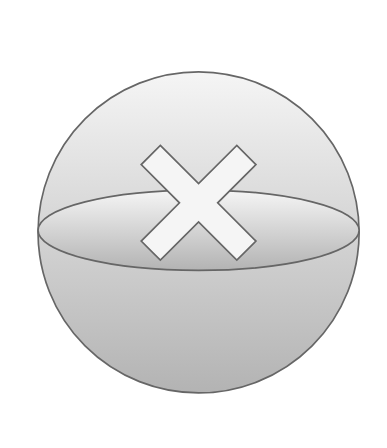
Above: page "silver" (3 of 18) of doc/splat-capsule.drawio in hiyoko3/splat-capsule-simulator (draw.io), before the change. Source tidied: cells renumbered, new cells numbered last; positions are measured from the earlier drawing's top-left corner, leaving out a move shared by most shapes. Both pictures are drawn from the tidied source at 169%, with x=0, y=0 at pixel (37, 71).
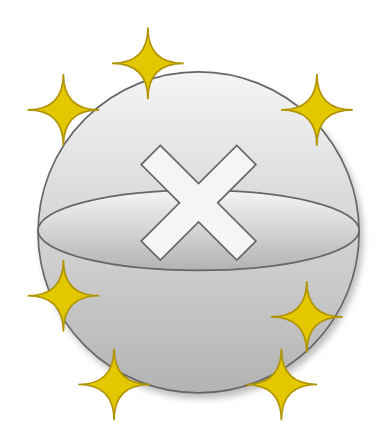
The same page after the edit.

What changed in the source:
```diff
@@
 <mxGraphModel>
   <root>
     <mxCell id="0" />
     <mxCell id="1" parent="0" />
     <mxCell id="2" style="group;" parent="1" vertex="1">
       <mxGeometry width="190" height="190" as="geometry" />
     </mxCell>
-    <mxCell id="3" style="ellipse;whiteSpace=wrap;html=1;fillColor=#f5f5f5;strokeColor=#666666;gradientColor=#b3b3b3;" parent="2" vertex="1">
+    <mxCell id="3" style="ellipse;whiteSpace=wrap;html=1;fillColor=#f5f5f5;strokeColor=#666666;gradientColor=#b3b3b3;shadow=1;" parent="2" vertex="1">
       <mxGeometry width="190" height="190" as="geometry" />
     </mxCell>
     <mxCell id="4" style="ellipse;whiteSpace=wrap;html=1;fillColor=#f5f5f5;strokeColor=#666666;gradientColor=#b3b3b3;" parent="2" vertex="1">
       <mxGeometry y="70" width="190" height="47.5" as="geometry" />
     </mxCell>
     <mxCell id="5" style="shape=cross;whiteSpace=wrap;html=1;rotation=45;fillColor=#f5f5f5;strokeColor=#666666;fontColor=#333333;" parent="2" vertex="1">
       <mxGeometry x="55" y="37.5" width="80" height="80" as="geometry" />
     </mxCell>
+    <mxCell id="6" style="shape=switch;whiteSpace=wrap;html=1;rotation=-45;fillColor=#e3c800;strokeColor=#B09500;fontColor=#000000;" parent="1" vertex="1">
+      <mxGeometry y="7.5" width="30" height="30" as="geometry" />
+    </mxCell>
+    <mxCell id="7" style="shape=switch;whiteSpace=wrap;html=1;rotation=-45;fillColor=#e3c800;strokeColor=#B09500;fontColor=#000000;" parent="1" vertex="1">
+      <mxGeometry y="117.5" width="30" height="30" as="geometry" />
+    </mxCell>
+    <mxCell id="8" style="shape=switch;whiteSpace=wrap;html=1;rotation=-45;fillColor=#e3c800;strokeColor=#B09500;fontColor=#000000;" parent="1" vertex="1">
+      <mxGeometry x="150" y="7.5" width="30" height="30" as="geometry" />
+    </mxCell>
+    <mxCell id="9" style="shape=switch;whiteSpace=wrap;html=1;rotation=-45;fillColor=#e3c800;strokeColor=#B09500;fontColor=#000000;" parent="1" vertex="1">
+      <mxGeometry x="144" y="130" width="30" height="30" as="geometry" />
+    </mxCell>
+    <mxCell id="10" style="shape=switch;whiteSpace=wrap;html=1;rotation=-45;fillColor=#e3c800;strokeColor=#B09500;fontColor=#000000;" parent="1" vertex="1">
+      <mxGeometry x="30" y="170" width="30" height="30" as="geometry" />
+    </mxCell>
+    <mxCell id="11" style="shape=switch;whiteSpace=wrap;html=1;rotation=-45;fillColor=#e3c800;strokeColor=#B09500;fontColor=#000000;" parent="1" vertex="1">
+      <mxGeometry x="129" y="170" width="30" height="30" as="geometry" />
+    </mxCell>
+    <mxCell id="12" style="shape=switch;whiteSpace=wrap;html=1;rotation=-45;fillColor=#e3c800;strokeColor=#B09500;fontColor=#000000;" parent="1" vertex="1">
+      <mxGeometry x="50" y="-20" width="30" height="30" as="geometry" />
+    </mxCell>
   </root>
 </mxGraphModel>
```
